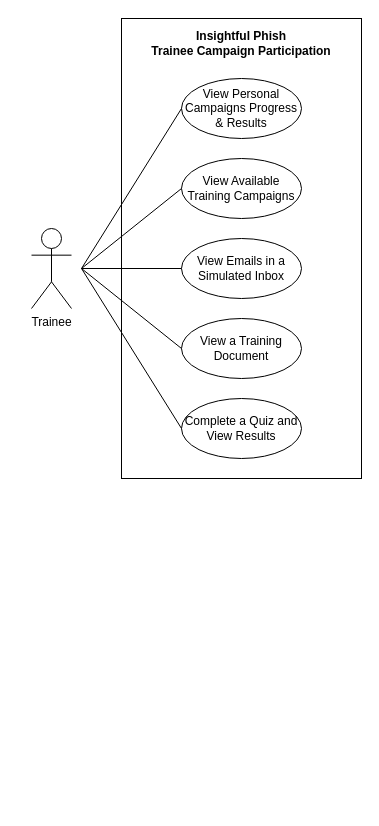
The draw.io diagram docs/demo4/diagrams/srs/use-cases/trainee-campaign-participation.drawio in COS301-SE-2026/Cybersecurity-Awareness-Training-Platform, before the edit. Source tidied: cells renumbered, new cells numbered last; positions are measured from the earlier drawing's top-left corner, leaving out a move shared by most shapes. Both pictures are drawn from the tidied source at 100%, with x=0, y=0 at pixel (31, 18).
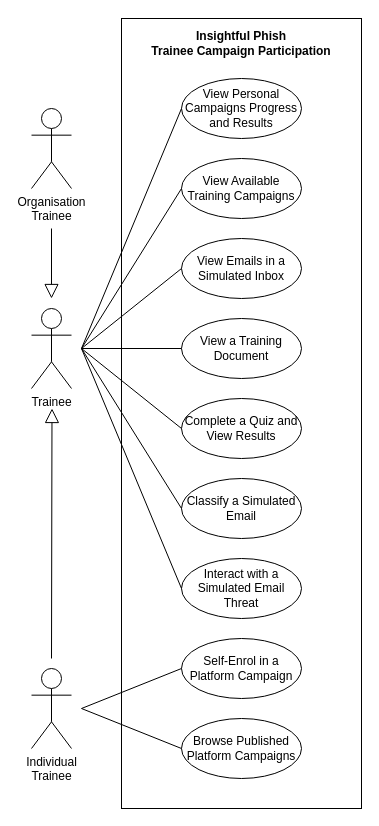
The same page after the edit.

The change refers to these unchanged cells:
```xml
<mxCell id="3" value="View Emails in a Simulated Inbox" style="ellipse;whiteSpace=wrap;html=1;" parent="1" vertex="1">
  <mxGeometry x="150" y="220" width="120" height="60" as="geometry" />
</mxCell>
<mxCell id="6" value="View a Training Document" style="ellipse;whiteSpace=wrap;html=1;" parent="1" vertex="1">
  <mxGeometry x="150" y="300" width="120" height="60" as="geometry" />
</mxCell>
<mxCell id="7" value="Complete a Quiz and View Results" style="ellipse;whiteSpace=wrap;html=1;" parent="1" vertex="1">
  <mxGeometry x="150" y="380" width="120" height="60" as="geometry" />
</mxCell>
<mxCell id="11" value="View Available Training Campaigns" style="ellipse;whiteSpace=wrap;html=1;" parent="1" vertex="1">
  <mxGeometry x="150" y="140" width="120" height="60" as="geometry" />
</mxCell>
```

Diff of the diagram source:
```diff
@@
     <mxCell id="2" style="rounded=0;whiteSpace=wrap;html=1;fillColor=none;" parent="1" vertex="1">
-      <mxGeometry x="90" width="240" height="460" as="geometry" />
+      <mxGeometry x="90" width="240" height="790" as="geometry" />
     </mxCell>
@@
     <mxCell id="5" value="&lt;div&gt;Trainee&lt;/div&gt;" style="shape=umlActor;verticalLabelPosition=bottom;verticalAlign=top;html=1;" parent="1" vertex="1">
-      <mxGeometry y="210" width="40" height="80" as="geometry" />
+      <mxGeometry y="290" width="40" height="80" as="geometry" />
     </mxCell>
@@
     <mxCell id="8" style="endArrow=none;html=1;rounded=0;entryX=0;entryY=0.5;entryDx=0;entryDy=0;" parent="1" edge="1" target="6">
       <mxGeometry relative="1" as="geometry">
-        <mxPoint x="50" y="250" as="sourcePoint" />
+        <mxPoint x="50" y="330" as="sourcePoint" />
       </mxGeometry>
     </mxCell>
     <mxCell id="9" style="endArrow=none;html=1;rounded=0;entryX=0;entryY=0.5;entryDx=0;entryDy=0;" parent="1" edge="1" target="7">
       <mxGeometry relative="1" as="geometry">
-        <mxPoint x="50" y="250" as="sourcePoint" />
+        <mxPoint x="50" y="330" as="sourcePoint" />
       </mxGeometry>
     </mxCell>
     <mxCell id="10" style="endArrow=none;html=1;rounded=0;entryX=0;entryY=0.5;entryDx=0;entryDy=0;" parent="1" edge="1" target="3">
       <mxGeometry relative="1" as="geometry">
-        <mxPoint x="50" y="250" as="sourcePoint" />
+        <mxPoint x="50" y="330" as="sourcePoint" />
       </mxGeometry>
     </mxCell>
@@
-    <mxCell id="12" value="View Personal Campaigns Progress &amp;amp; Results" style="ellipse;whiteSpace=wrap;html=1;" parent="1" vertex="1">
+    <mxCell id="12" value="View Personal Campaigns Progress and Results" style="ellipse;whiteSpace=wrap;html=1;" parent="1" vertex="1">
       <mxGeometry x="150" y="60" width="120" height="60" as="geometry" />
     </mxCell>
     <mxCell id="13" style="endArrow=none;html=1;rounded=0;entryX=0;entryY=0.5;entryDx=0;entryDy=0;" parent="1" edge="1" target="11">
       <mxGeometry relative="1" as="geometry">
-        <mxPoint x="50" y="250" as="sourcePoint" />
+        <mxPoint x="50" y="330" as="sourcePoint" />
       </mxGeometry>
     </mxCell>
     <mxCell id="14" style="endArrow=none;html=1;rounded=0;entryX=0;entryY=0.5;entryDx=0;entryDy=0;" parent="1" edge="1" target="12">
       <mxGeometry relative="1" as="geometry">
-        <mxPoint x="50" y="250" as="sourcePoint" />
+        <mxPoint x="50" y="330" as="sourcePoint" />
       </mxGeometry>
     </mxCell>
+    <mxCell id="15" value="Browse Published Platform Campaigns" style="ellipse;whiteSpace=wrap;html=1;" parent="1" vertex="1">
+      <mxGeometry x="150" y="700" width="120" height="60" as="geometry" />
+    </mxCell>
+    <mxCell id="16" value="Self-Enrol in a Platform Campaign" style="ellipse;whiteSpace=wrap;html=1;" parent="1" vertex="1">
+      <mxGeometry x="150" y="620" width="120" height="60" as="geometry" />
+    </mxCell>
+    <mxCell id="17" value="Classify a Simulated Email" style="ellipse;whiteSpace=wrap;html=1;" parent="1" vertex="1">
+      <mxGeometry x="150" y="460" width="120" height="60" as="geometry" />
+    </mxCell>
+    <mxCell id="18" value="Interact with a Simulated Email Threat" style="ellipse;whiteSpace=wrap;html=1;" parent="1" vertex="1">
+      <mxGeometry x="150" y="540" width="120" height="60" as="geometry" />
+    </mxCell>
+    <mxCell id="19" value="&lt;div&gt;Organisation&lt;br&gt;Trainee&lt;/div&gt;" style="shape=umlActor;verticalLabelPosition=bottom;verticalAlign=top;html=1;" parent="1" vertex="1">
+      <mxGeometry y="90" width="40" height="80" as="geometry" />
+    </mxCell>
+    <mxCell id="20" value="&lt;div&gt;Individual&lt;br&gt;Trainee&lt;/div&gt;" style="shape=umlActor;verticalLabelPosition=bottom;verticalAlign=top;html=1;" parent="1" vertex="1">
+      <mxGeometry y="650" width="40" height="80" as="geometry" />
+    </mxCell>
+    <mxCell id="21" style="endArrow=none;html=1;rounded=0;entryX=0;entryY=0.5;entryDx=0;entryDy=0;" parent="1" edge="1" target="17">
+      <mxGeometry relative="1" as="geometry">
+        <mxPoint x="50" y="330" as="sourcePoint" />
+      </mxGeometry>
+    </mxCell>
+    <mxCell id="22" style="endArrow=none;html=1;rounded=0;entryX=0;entryY=0.5;entryDx=0;entryDy=0;" parent="1" edge="1" target="18">
+      <mxGeometry relative="1" as="geometry">
+        <mxPoint x="50" y="330" as="sourcePoint" />
+      </mxGeometry>
+    </mxCell>
+    <mxCell id="23" style="endArrow=block;html=1;rounded=0;endFill=0;strokeWidth=1;endSize=12;" parent="1" edge="1">
+      <mxGeometry relative="1" as="geometry">
+        <mxPoint x="20" y="640" as="sourcePoint" />
+        <mxPoint x="20.5" y="390" as="targetPoint" />
+      </mxGeometry>
+    </mxCell>
+    <mxCell id="24" style="endArrow=none;html=1;rounded=0;entryX=0;entryY=0.5;entryDx=0;entryDy=0;" parent="1" edge="1" target="16">
+      <mxGeometry relative="1" as="geometry">
+        <mxPoint x="50" y="690" as="sourcePoint" />
+      </mxGeometry>
+    </mxCell>
+    <mxCell id="25" style="endArrow=none;html=1;rounded=0;entryX=0;entryY=0.5;entryDx=0;entryDy=0;" parent="1" edge="1" target="15">
+      <mxGeometry relative="1" as="geometry">
+        <mxPoint x="50" y="690" as="sourcePoint" />
+      </mxGeometry>
+    </mxCell>
+    <mxCell id="26" style="endArrow=block;html=1;rounded=0;endFill=0;strokeWidth=1;endSize=12;" parent="1" edge="1">
+      <mxGeometry relative="1" as="geometry">
+        <mxPoint x="20" y="210" as="sourcePoint" />
+        <mxPoint x="20" y="280" as="targetPoint" />
+      </mxGeometry>
+    </mxCell>
```
